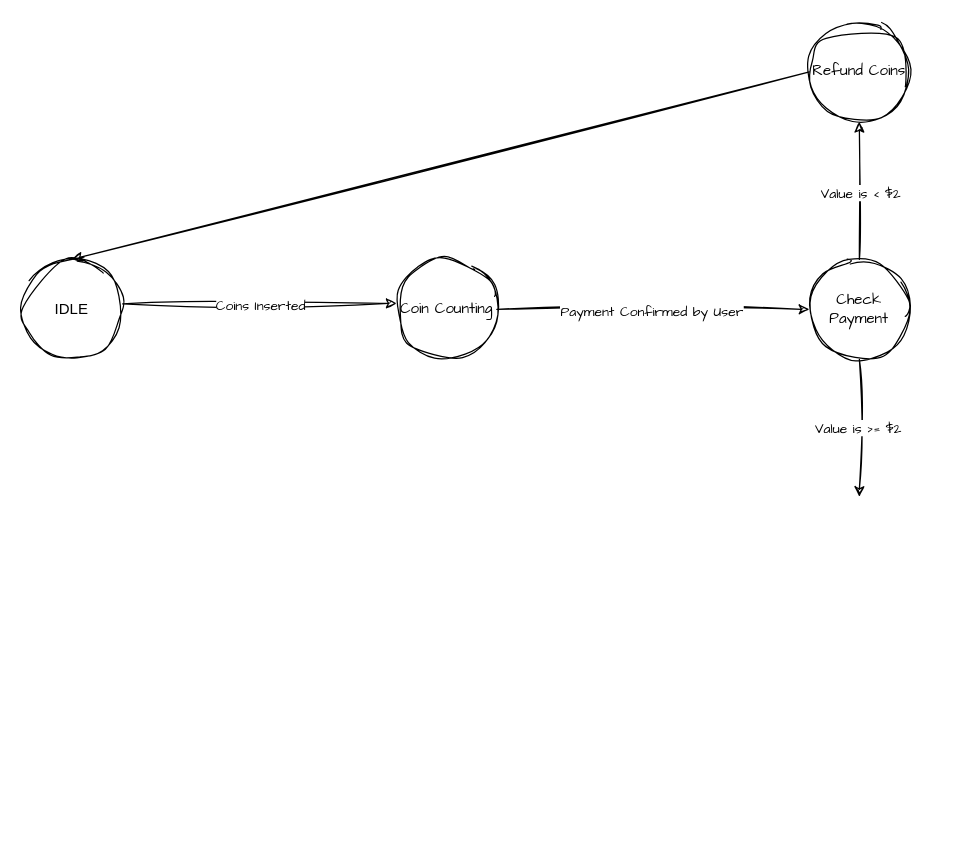
Earlier version of the draw.io diagram Untitled Diagram.drawio (Hepodon/22204Phoenix). Source tidied: cells renumbered, new cells numbered last; positions are measured from the earlier drawing's top-left corner, leaving out a move shared by most shapes. Both pictures are drawn from the tidied source at 125%, with x=0, y=0 at pixel (21, 21).
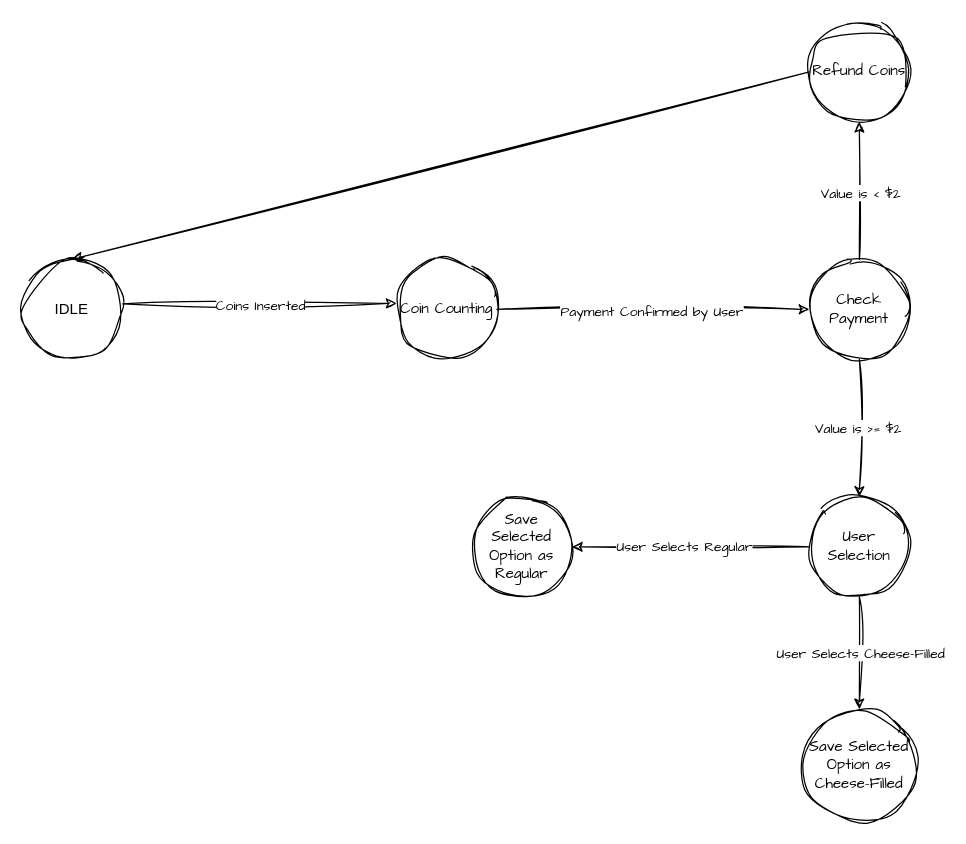
The same diagram, later.

Unchanged cells that the change refers to:
```xml
<mxCell id="6" value="Check Payment" style="ellipse;whiteSpace=wrap;html=1;sketch=1;hachureGap=4;jiggle=2;curveFitting=1;fontFamily=Architects Daughter;" parent="1" vertex="1">
  <mxGeometry x="630" y="190" width="80" height="80" as="geometry" />
</mxCell>
```

Change to the diagram source:
```diff
@@
-    <mxCell id="9" style="endArrow=classic;html=1;rounded=0;sketch=1;hachureGap=4;jiggle=2;curveFitting=1;fontFamily=Architects Daughter;exitX=0.5;exitY=1;exitDx=0;exitDy=0;" parent="1" edge="1" source="6">
-      <mxGeometry relative="1" as="geometry">
-        <mxPoint x="670" y="380" as="targetPoint" />
-      </mxGeometry>
+    <mxCell id="9" style="endArrow=classic;html=1;rounded=0;sketch=1;hachureGap=4;jiggle=2;curveFitting=1;fontFamily=Architects Daughter;exitX=0.5;exitY=1;exitDx=0;exitDy=0;entryX=0.5;entryY=0;entryDx=0;entryDy=0;" parent="1" edge="1" source="6" target="15">
+      <mxGeometry relative="1" as="geometry" />
     </mxCell>
@@
+    <mxCell id="15" value="User Selection" style="ellipse;whiteSpace=wrap;html=1;sketch=1;hachureGap=4;jiggle=2;curveFitting=1;fontFamily=Architects Daughter;" parent="1" vertex="1">
+      <mxGeometry x="630" y="380" width="80" height="80" as="geometry" />
+    </mxCell>
+    <mxCell id="16" value="Save Selected Option as Regular" style="ellipse;whiteSpace=wrap;html=1;sketch=1;hachureGap=4;jiggle=2;curveFitting=1;fontFamily=Architects Daughter;" parent="1" vertex="1">
+      <mxGeometry x="360" y="380" width="80" height="80" as="geometry" />
+    </mxCell>
+    <mxCell id="17" style="endArrow=classic;html=1;rounded=0;sketch=1;hachureGap=4;jiggle=2;curveFitting=1;fontFamily=Architects Daughter;exitX=0;exitY=0.5;exitDx=0;exitDy=0;entryX=1;entryY=0.5;entryDx=0;entryDy=0;" parent="1" edge="1" source="15" target="16">
+      <mxGeometry relative="1" as="geometry" />
+    </mxCell>
+    <mxCell id="18" value="User Selects Regular" style="edgeLabel;html=1;align=center;verticalAlign=middle;sketch=1;hachureGap=4;jiggle=2;curveFitting=1;fontFamily=Architects Daughter;" parent="17" vertex="1">
+      <mxGeometry x="0.06" y="-1" relative="1" as="geometry" />
+    </mxCell>
+    <mxCell id="19" value="Save Selected Option as Cheese-Filled" style="ellipse;whiteSpace=wrap;html=1;sketch=1;hachureGap=4;jiggle=2;curveFitting=1;fontFamily=Architects Daughter;" parent="1" vertex="1">
+      <mxGeometry x="625" y="550" width="90" height="90" as="geometry" />
+    </mxCell>
+    <mxCell id="20" style="endArrow=classic;html=1;rounded=0;sketch=1;hachureGap=4;jiggle=2;curveFitting=1;fontFamily=Architects Daughter;exitX=0.5;exitY=1;exitDx=0;exitDy=0;entryX=0.5;entryY=0;entryDx=0;entryDy=0;" parent="1" edge="1" source="15" target="19">
+      <mxGeometry relative="1" as="geometry" />
+    </mxCell>
+    <mxCell id="21" value="User Selects Cheese-Filled" style="edgeLabel;html=1;align=center;verticalAlign=middle;sketch=1;hachureGap=4;jiggle=2;curveFitting=1;fontFamily=Architects Daughter;" parent="20" vertex="1">
+      <mxGeometry x="-0.03" relative="1" as="geometry" />
+    </mxCell>
```
